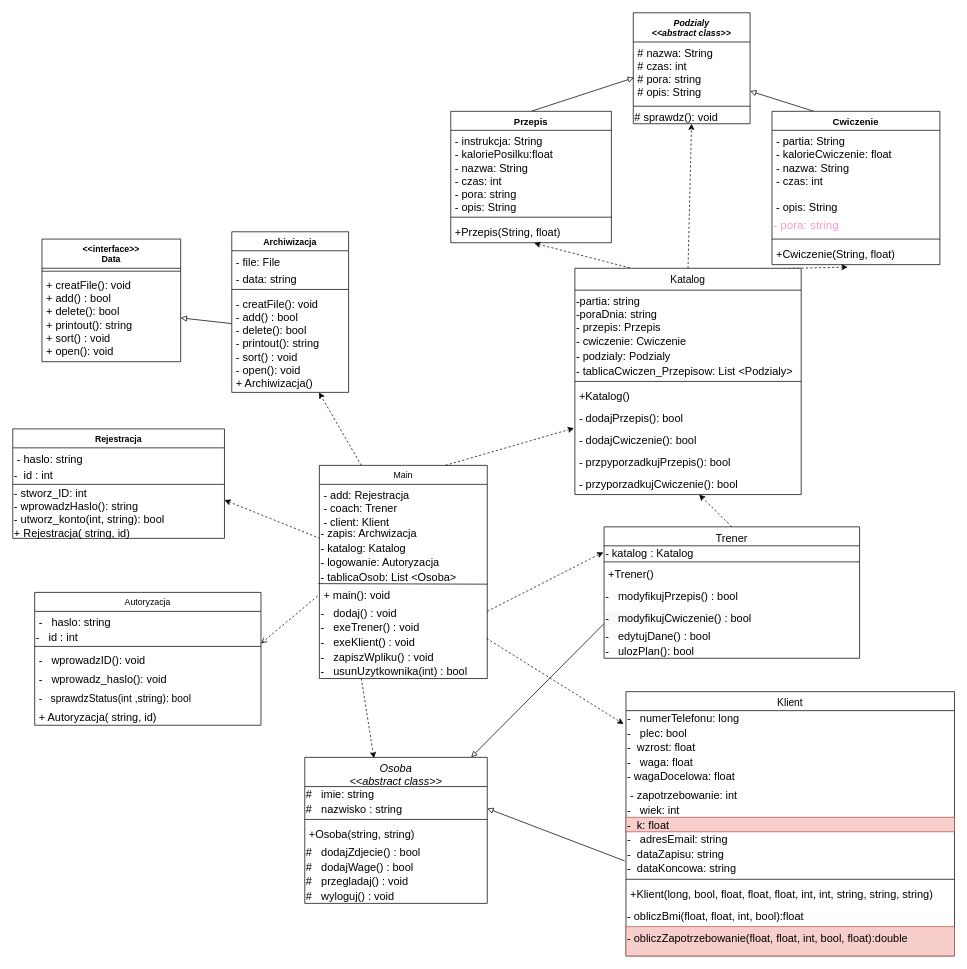
Above: Untitled Diagram.drawio in szarl/Projekt-Programowanie-Obiektowe (draw.io), before the change. Source tidied: cells renumbered, new cells numbered last; positions are measured from the earlier drawing's top-left corner, leaving out a move shared by most shapes. Both pictures are drawn from the tidied source at 73%, with x=0, y=0 at pixel (12, 12).
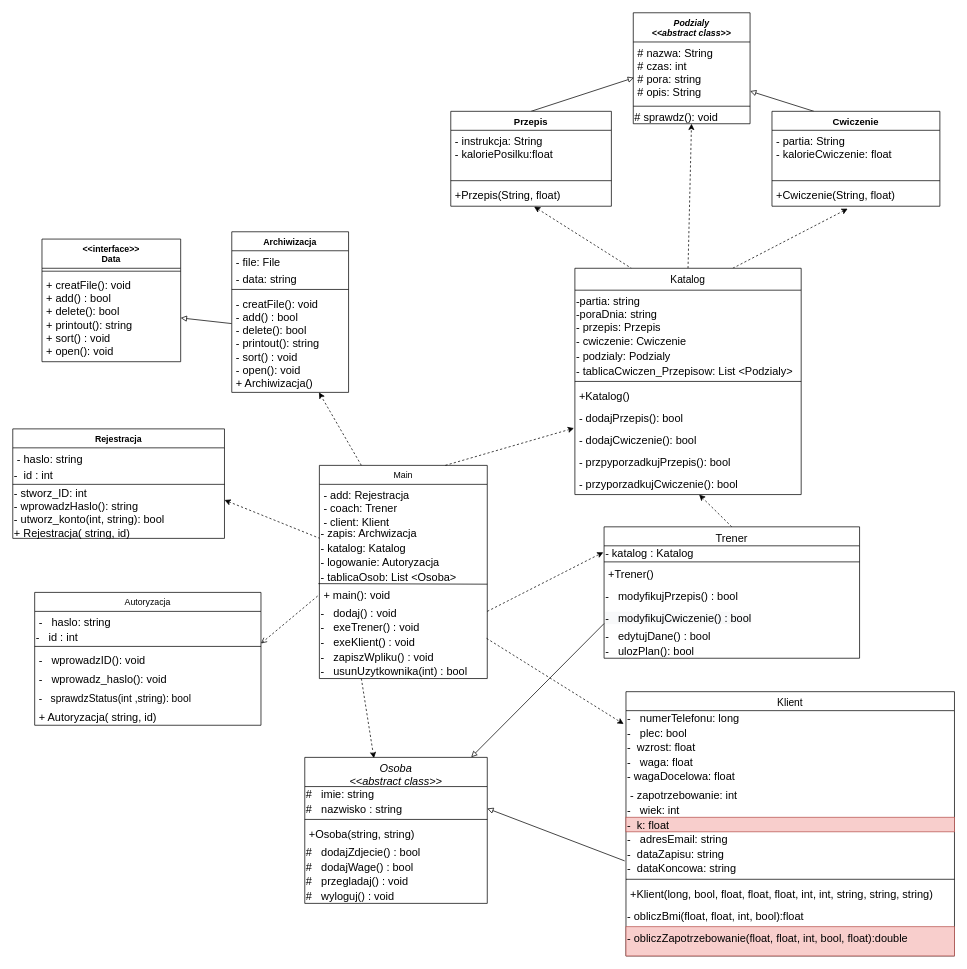
The same page after the edit.

Change to the diagram source:
```diff
@@
     <mxCell id="14" value="Cwiczenie" style="swimlane;fontStyle=1;align=center;verticalAlign=top;horizontal=1;startSize=26;fontSize=13;" parent="1" vertex="1">
-      <mxGeometry x="1040" y="135" width="230" height="210" as="geometry" />
+      <mxGeometry x="1040" y="135" width="230" height="130" as="geometry" />
     </mxCell>
-    <mxCell id="15" value="- partia: String&#10;- kalorieCwiczenie: float&#10;- nazwa: String&#10;- czas: int&#10;&#10;- opis: String" style="text;strokeColor=none;fillColor=none;align=left;verticalAlign=top;spacingLeft=4;spacingRight=4;overflow=hidden;fontSize=15;" parent="14" vertex="1">
-      <mxGeometry y="26" width="230" height="114" as="geometry" />
+    <mxCell id="15" value="- partia: String&#10;- kalorieCwiczenie: float" style="text;strokeColor=none;fillColor=none;align=left;verticalAlign=top;spacingLeft=4;spacingRight=4;overflow=hidden;fontSize=15;" parent="14" vertex="1">
+      <mxGeometry y="26" width="230" height="64" as="geometry" />
     </mxCell>
-    <mxCell id="16" value="- pora: string" style="text;whiteSpace=wrap;html=1;fontSize=16;fontColor=#FF99CC;" parent="14" vertex="1">
-      <mxGeometry y="140" width="230" height="30" as="geometry" />
-    </mxCell>
     <mxCell id="17" style="line;strokeWidth=1;fillColor=none;align=left;verticalAlign=middle;spacingTop=-1;spacingLeft=3;spacingRight=3;labelPosition=right;" parent="14" vertex="1">
-      <mxGeometry y="170" width="230" height="10" as="geometry" />
+      <mxGeometry y="90" width="230" height="10" as="geometry" />
     </mxCell>
     <mxCell id="18" value="+Cwiczenie(String, float)" style="text;align=left;verticalAlign=top;spacingLeft=4;spacingRight=4;overflow=hidden;points=[[0,0.5],[1,0.5]];portConstraint=eastwest;fontSize=15;" parent="14" vertex="1">
-      <mxGeometry y="180" width="230" height="30" as="geometry" />
+      <mxGeometry y="100" width="230" height="30" as="geometry" />
     </mxCell>
@@
     <mxCell id="21" value="Przepis" style="swimlane;fontStyle=1;align=center;verticalAlign=top;horizontal=1;startSize=26;fontSize=13;" parent="1" vertex="1">
-      <mxGeometry x="600" y="135" width="220" height="180" as="geometry" />
+      <mxGeometry x="600" y="135" width="220" height="130" as="geometry" />
     </mxCell>
-    <mxCell id="22" value="- instrukcja: String&#10;- kaloriePosilku:float&#10;- nazwa: String&#10;- czas: int&#10;- pora: string&#10;- opis: String" style="text;align=left;verticalAlign=top;spacingLeft=4;spacingRight=4;overflow=hidden;fontSize=15;" parent="21" vertex="1">
-      <mxGeometry y="26" width="220" height="114" as="geometry" />
+    <mxCell id="22" value="- instrukcja: String&#10;- kaloriePosilku:float&#10;" style="text;align=left;verticalAlign=top;spacingLeft=4;spacingRight=4;overflow=hidden;fontSize=15;" parent="21" vertex="1">
+      <mxGeometry y="26" width="220" height="64" as="geometry" />
     </mxCell>
     <mxCell id="23" style="line;strokeWidth=1;fillColor=none;align=left;verticalAlign=middle;spacingTop=-1;spacingLeft=3;spacingRight=3;labelPosition=right;" parent="21" vertex="1">
-      <mxGeometry y="140" width="220" height="10" as="geometry" />
+      <mxGeometry y="90" width="220" height="10" as="geometry" />
     </mxCell>
     <mxCell id="24" value="+Przepis(String, float)" style="text;align=left;verticalAlign=top;spacingLeft=4;spacingRight=4;overflow=hidden;points=[[0,0.5],[1,0.5]];portConstraint=eastwest;fontSize=15;" parent="21" vertex="1">
-      <mxGeometry y="150" width="220" height="30" as="geometry" />
+      <mxGeometry y="100" width="220" height="30" as="geometry" />
     </mxCell>
```
